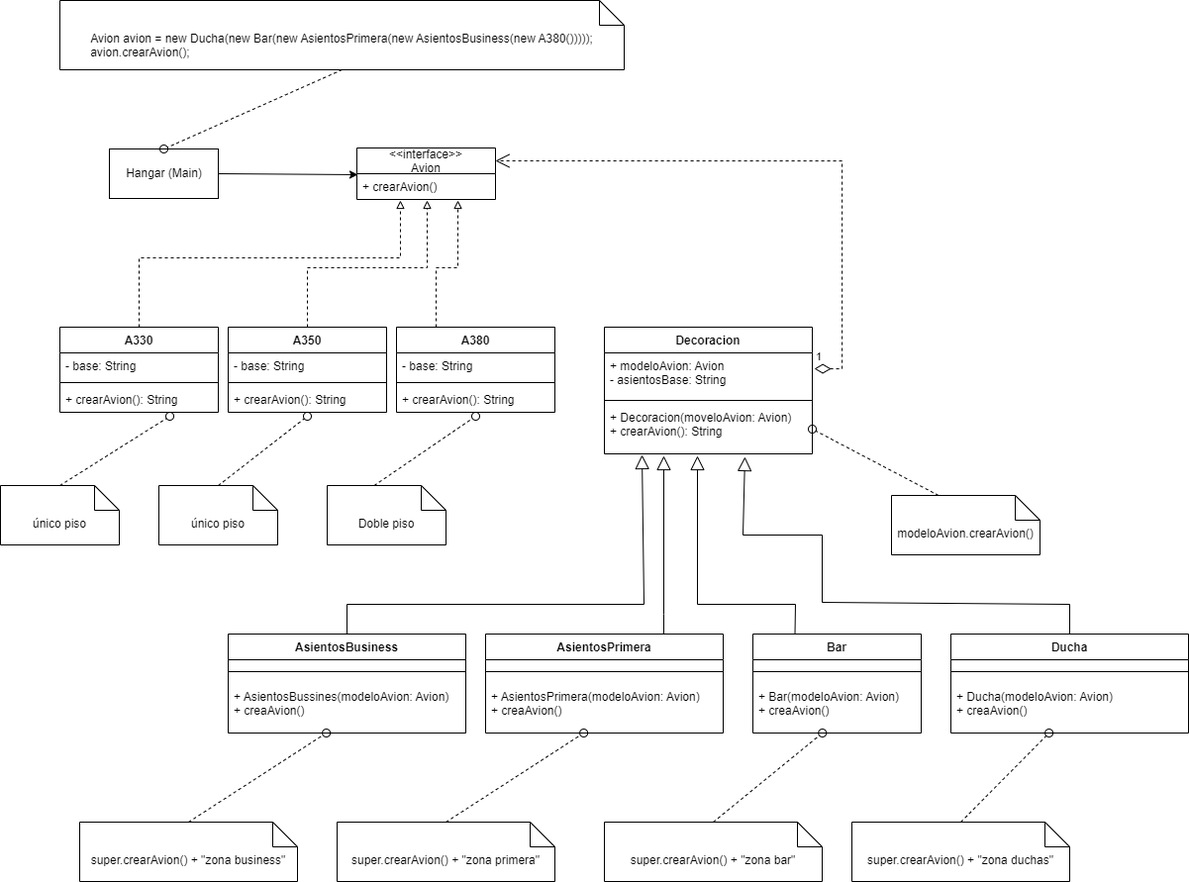
The draw.io diagram src/avionDecorator/diagramaAvionesDecorador.drawio.png in adelaserna82/rs_actividad_grupal, before a commit. Source tidied: cells renumbered, new cells last; positions are measured from the earlier drawing's top-left corner, leaving out a move shared by most shapes.
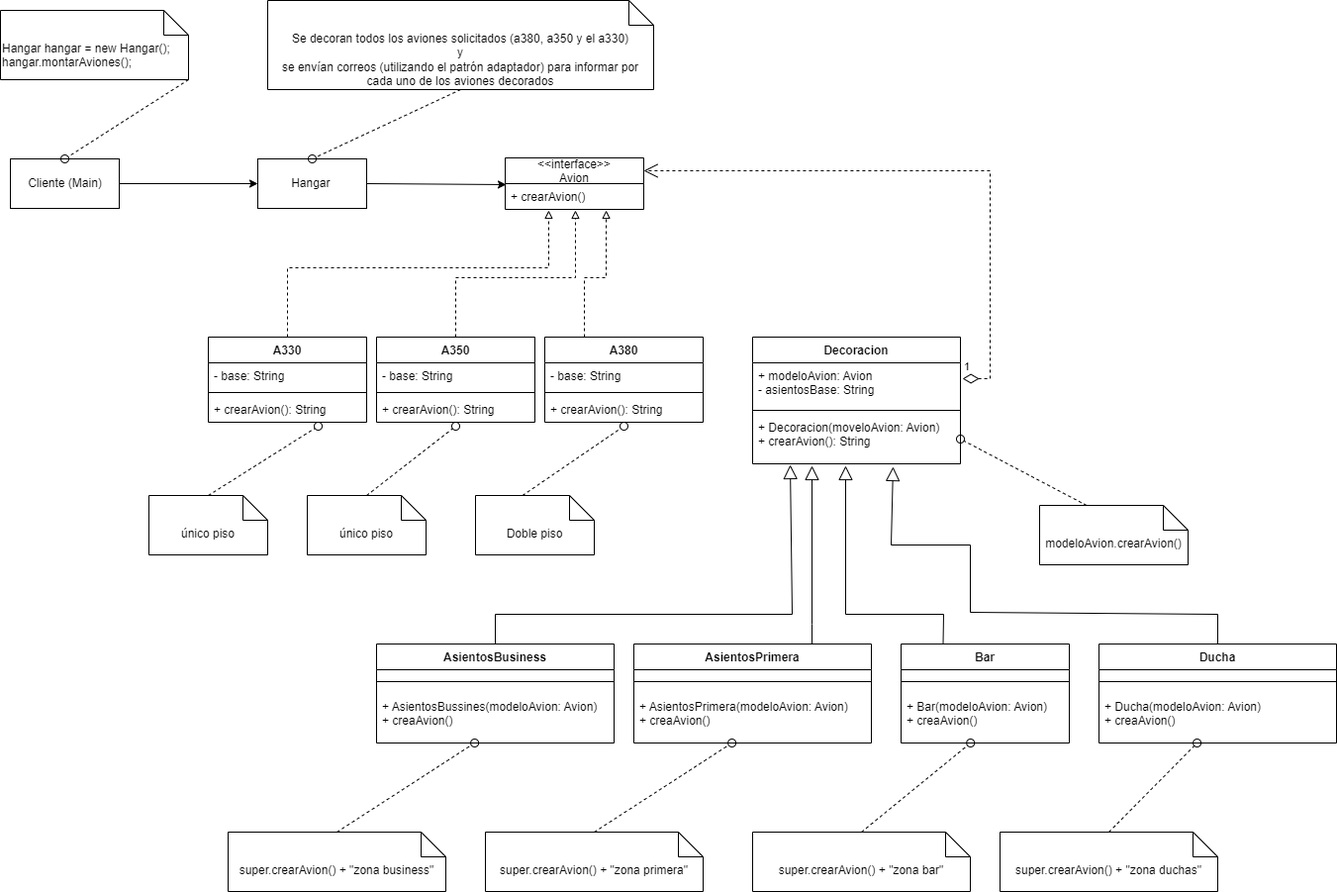
Later version of the same file.

Commit message:
EGP. Se actualiza el diagrama UML con el cliente

What changed in the source:
```diff
@@ -2,7 +2,7 @@
   <root>
     <mxCell id="0" />
     <mxCell id="1" parent="0" />
-    <mxCell id="2" value="Hangar (Main)" style="html=1;" parent="1" vertex="1">
+    <mxCell id="2" value="Hangar&amp;nbsp;" style="html=1;" parent="1" vertex="1">
       <mxGeometry x="110" y="150" width="110" height="50" as="geometry" />
     </mxCell>
     <mxCell id="3" style="endArrow=classic;html=1;rounded=0;exitX=1;exitY=0.5;exitDx=0;exitDy=0;entryX=0.007;entryY=0.038;entryDx=0;entryDy=0;entryPerimeter=0;" parent="1" edge="1" source="2" target="5">
@@ -216,8 +216,20 @@
     <mxCell id="58" style="endArrow=oval;startArrow=none;endFill=0;startFill=0;endSize=8;html=1;labelBackgroundColor=none;rounded=0;dashed=1;entryX=0.5;entryY=0;entryDx=0;entryDy=0;exitX=0.5;exitY=1;exitDx=0;exitDy=0;exitPerimeter=0;" parent="1" edge="1" source="59" target="2">
       <mxGeometry relative="1" as="geometry" />
     </mxCell>
-    <mxCell id="59" value="Avion avion = new Ducha(new Bar(new AsientosPrimera(new AsientosBusiness(new A380()))));&lt;br&gt;&lt;div style=&quot;text-align: left;&quot;&gt;&lt;span style=&quot;background-color: initial;&quot;&gt;avion.crearAvion();&lt;/span&gt;&lt;/div&gt;" style="shape=note2;boundedLbl=1;whiteSpace=wrap;html=1;size=25;verticalAlign=top;align=center;" parent="1" vertex="1">
-      <mxGeometry x="60" width="570" height="70" as="geometry" />
+    <mxCell id="59" value="Se decoran todos los aviones solicitados (a380, a350 y el a330)&lt;br&gt;y&lt;br&gt;se envían correos (utilizando el patrón adaptador) para informar por cada uno de los aviones decorados" style="shape=note2;boundedLbl=1;whiteSpace=wrap;html=1;size=25;verticalAlign=top;align=center;" parent="1" vertex="1">
+      <mxGeometry x="120" y="-10" width="390" height="90" as="geometry" />
     </mxCell>
+    <mxCell id="60" value="Cliente (Main)" style="html=1;" parent="1" vertex="1">
+      <mxGeometry x="-140" y="150" width="110" height="50" as="geometry" />
+    </mxCell>
+    <mxCell id="61" style="endArrow=classic;html=1;rounded=0;exitX=1;exitY=0.5;exitDx=0;exitDy=0;entryX=0;entryY=0.5;entryDx=0;entryDy=0;" parent="1" edge="1" source="60" target="2">
+      <mxGeometry relative="1" as="geometry" />
+    </mxCell>
+    <mxCell id="62" value="Hangar hangar = new Hangar();&lt;br&gt;hangar.montarAviones();" style="shape=note2;boundedLbl=1;whiteSpace=wrap;html=1;size=25;verticalAlign=top;align=left;" parent="1" vertex="1">
+      <mxGeometry x="-150" width="190" height="70" as="geometry" />
+    </mxCell>
+    <mxCell id="63" style="endArrow=oval;startArrow=none;endFill=0;startFill=0;endSize=8;html=1;labelBackgroundColor=none;rounded=0;dashed=1;entryX=0.5;entryY=0;entryDx=0;entryDy=0;exitX=1;exitY=1;exitDx=0;exitDy=0;exitPerimeter=0;" parent="1" edge="1" source="62" target="60">
+      <mxGeometry relative="1" as="geometry" />
+    </mxCell>
   </root>
 </mxGraphModel>
```
